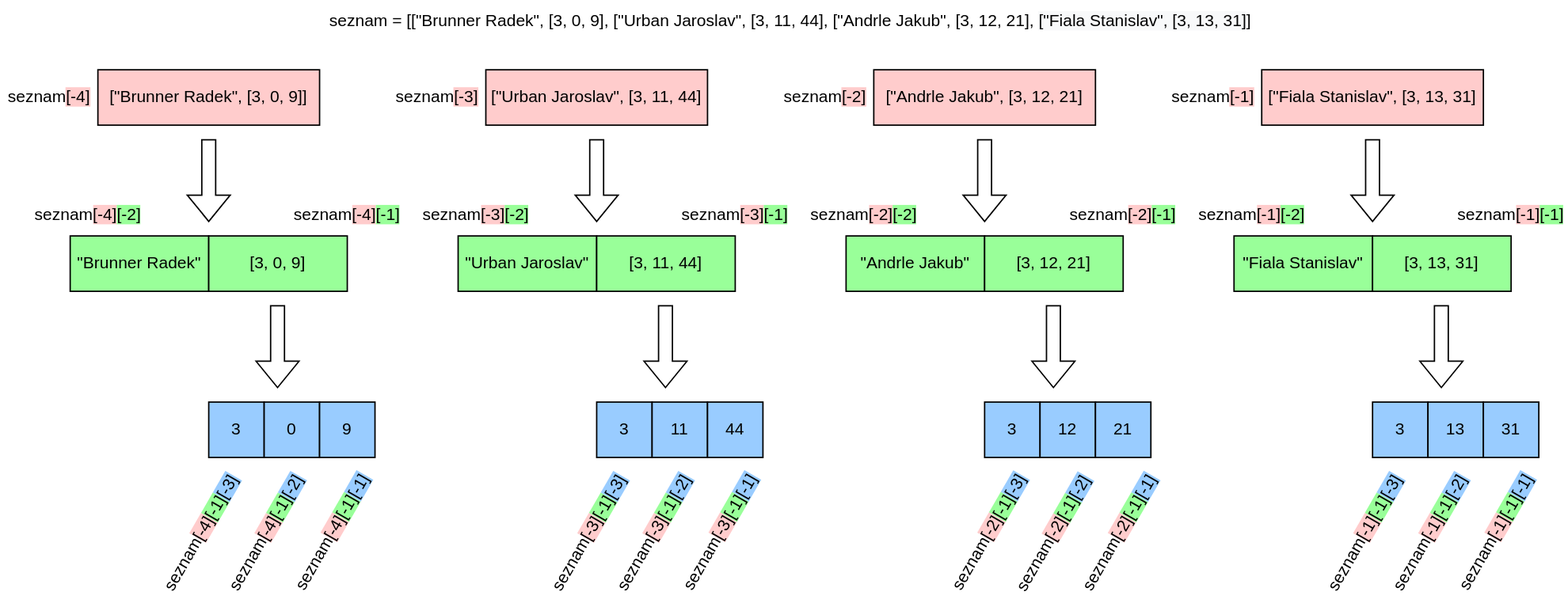
pesikj/da-pracovni-skupiny keeps this draw.io diagram as images/Indexování-Page-2.drawio.svg. Above is the earlier version. Source tidied: cells renumbered, new cells last; positions are measured from the earlier drawing's top-left corner, leaving out a move shared by most shapes.
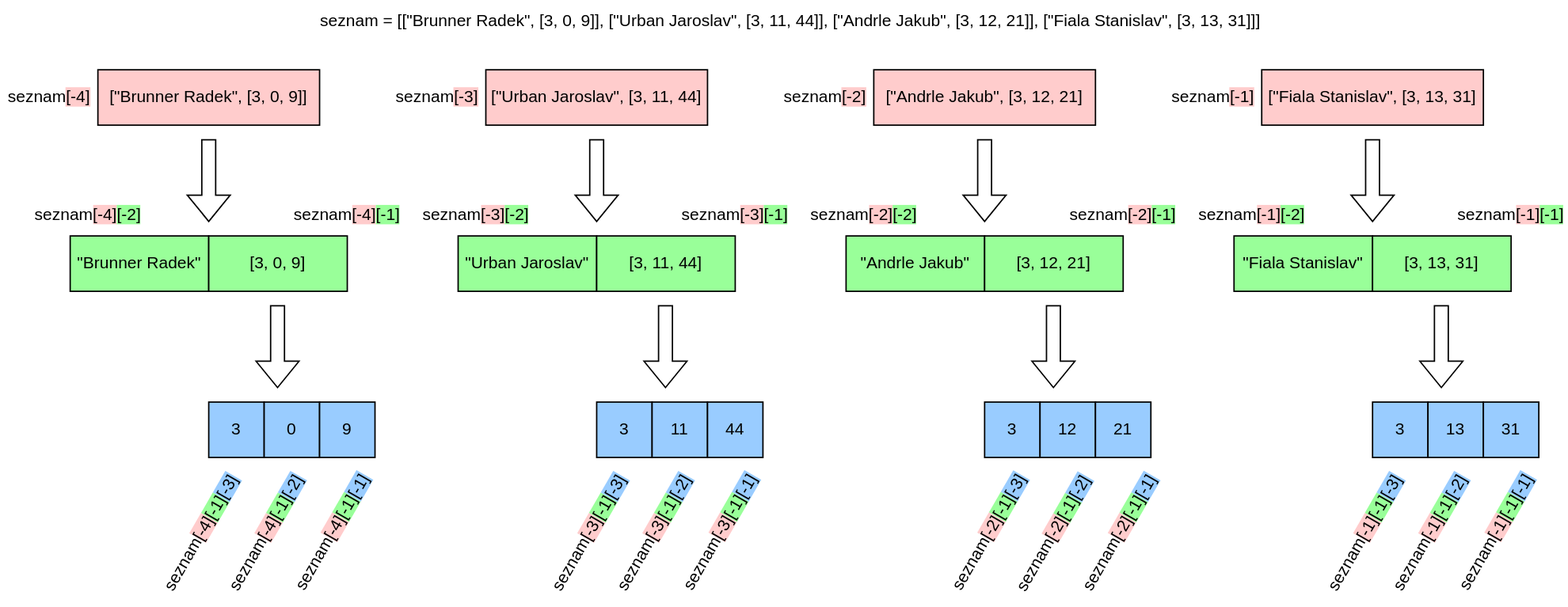
After the change.

What changed in the source:
```diff
@@ -38,9 +38,6 @@
     <mxCell id="11" value="seznam&lt;span style=&quot;background-color: rgb(255, 204, 204);&quot;&gt;[-4]&lt;/span&gt;&lt;span style=&quot;background-color: rgb(153, 255, 153);&quot;&gt;[-1]&lt;/span&gt;&lt;span style=&quot;background-color: rgb(153, 204, 255);&quot;&gt;[-3]&lt;/span&gt;" style="text;html=1;strokeColor=none;fillColor=none;align=center;verticalAlign=middle;whiteSpace=wrap;rounded=0;rotation=-60;" parent="1" vertex="1">
       <mxGeometry x="93.1" y="369.7" width="102.5" height="30" as="geometry" />
     </mxCell>
-    <mxCell id="12" value="seznam = [[&quot;Brunner Radek&quot;, [3, 0, 9], [&quot;Urban Jaroslav&quot;, [3, 11, 44], [&quot;Andrle Jakub&quot;, [3, 12, 21],&amp;nbsp;&lt;span style=&quot;background-color: rgb(248, 249, 250);&quot;&gt;[&quot;Fiala Stanislav&quot;, [3, 13, 31]&lt;/span&gt;]" style="text;html=1;strokeColor=none;fillColor=none;align=center;verticalAlign=middle;whiteSpace=wrap;rounded=0;labelBackgroundColor=#FFFFFF;" parent="1" vertex="1">
-      <mxGeometry x="230" width="680" height="30" as="geometry" />
-    </mxCell>
     <mxCell id="13" value="seznam&lt;span style=&quot;background-color: rgb(255, 204, 204);&quot;&gt;[-4]&lt;/span&gt;&lt;span style=&quot;background-color: rgb(153, 255, 153);&quot;&gt;[-2]&lt;/span&gt;" style="text;html=1;strokeColor=none;fillColor=none;align=center;verticalAlign=middle;whiteSpace=wrap;rounded=0;" parent="1" vertex="1">
       <mxGeometry x="22.5" y="140" width="80" height="30" as="geometry" />
     </mxCell>
@@ -197,5 +194,8 @@
     <mxCell id="58" value="seznam&lt;span style=&quot;background-color: rgb(255, 204, 204);&quot;&gt;[-1]&lt;/span&gt;&lt;span style=&quot;background-color: rgb(153, 255, 153);&quot;&gt;[-1]&lt;/span&gt;&lt;span style=&quot;background-color: rgb(153, 204, 255);&quot;&gt;[-1]&lt;/span&gt;" style="text;html=1;strokeColor=none;fillColor=none;align=center;verticalAlign=middle;whiteSpace=wrap;rounded=0;rotation=-60;" parent="1" vertex="1">
       <mxGeometry x="1027.5" y="369.7" width="102.5" height="30" as="geometry" />
     </mxCell>
+    <mxCell id="59" value="seznam = [[&quot;Brunner Radek&quot;, [3, 0, 9]], [&quot;Urban Jaroslav&quot;, [3, 11, 44]], [&quot;Andrle Jakub&quot;, [3, 12, 21]], [&quot;Fiala Stanislav&quot;, [3, 13, 31]]]" style="text;html=1;strokeColor=none;fillColor=none;align=center;verticalAlign=middle;whiteSpace=wrap;rounded=0;labelBackgroundColor=#FFFFFF;" parent="1" vertex="1">
+      <mxGeometry x="190" width="760" height="30" as="geometry" />
+    </mxCell>
   </root>
 </mxGraphModel>
```
